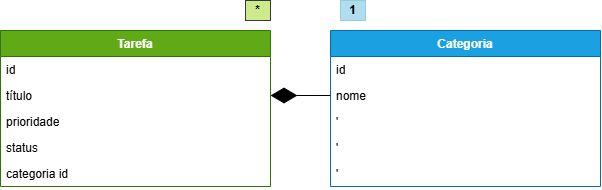
This is docs/diagrama-classes.png from analcardoso-byte/todo-api-analaura, a draw.io export, as it was before one commit. Source tidied: cells renumbered, new cells last; positions are measured from the earlier drawing's top-left corner, leaving out a move shared by most shapes.
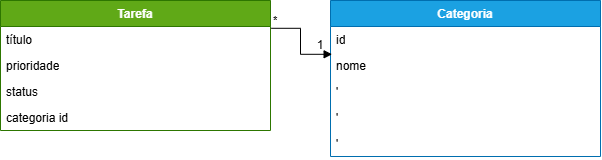
Later version of the same file.

Commit message:
docs: atualiza README com diagrama e Sprint 1

Diff of the diagram source:
```diff
@@ -3,22 +3,19 @@
     <mxCell id="0" />
     <mxCell id="1" parent="0" />
     <mxCell id="2" value="Tarefa" style="swimlane;fontStyle=1;align=center;verticalAlign=top;horizontal=1;startSize=26;whiteSpace=wrap;html=1;fillColor=#60a917;fontColor=#ffffff;strokeColor=#2D7600;" parent="1" vertex="1">
-      <mxGeometry y="30" width="270" height="156" as="geometry" />
+      <mxGeometry y="30" width="270" height="130" as="geometry" />
     </mxCell>
-    <mxCell id="3" value="id" style="text;strokeColor=none;fillColor=none;align=left;verticalAlign=top;spacingLeft=4;spacingRight=4;overflow=hidden;whiteSpace=wrap;html=1;" parent="2" vertex="1">
-      <mxGeometry y="26" width="270" height="26" as="geometry" />
-    </mxCell>
     <mxCell id="4" value="título" style="text;strokeColor=none;fillColor=none;align=left;verticalAlign=top;spacingLeft=4;spacingRight=4;overflow=hidden;points=[[0,0.5],[1,0.5]];portConstraint=eastwest;whiteSpace=wrap;html=1;" parent="2" vertex="1">
-      <mxGeometry y="52" width="270" height="26" as="geometry" />
+      <mxGeometry y="26" width="270" height="26" as="geometry" />
     </mxCell>
     <mxCell id="5" value="prioridade" style="text;strokeColor=none;fillColor=none;align=left;verticalAlign=top;spacingLeft=4;spacingRight=4;overflow=hidden;whiteSpace=wrap;html=1;" parent="2" vertex="1">
-      <mxGeometry y="78" width="270" height="26" as="geometry" />
+      <mxGeometry y="52" width="270" height="26" as="geometry" />
     </mxCell>
     <mxCell id="6" value="status" style="text;strokeColor=none;fillColor=none;align=left;verticalAlign=top;spacingLeft=4;spacingRight=4;overflow=hidden;whiteSpace=wrap;html=1;" parent="2" vertex="1">
-      <mxGeometry y="104" width="270" height="26" as="geometry" />
+      <mxGeometry y="78" width="270" height="26" as="geometry" />
     </mxCell>
     <mxCell id="7" value="categoria id" style="text;strokeColor=none;fillColor=none;align=left;verticalAlign=top;spacingLeft=4;spacingRight=4;overflow=hidden;whiteSpace=wrap;html=1;" parent="2" vertex="1">
-      <mxGeometry y="130" width="270" height="26" as="geometry" />
+      <mxGeometry y="104" width="270" height="26" as="geometry" />
     </mxCell>
     <mxCell id="8" value="Categoria" style="swimlane;fontStyle=1;align=center;verticalAlign=top;horizontal=1;startSize=26;whiteSpace=wrap;html=1;fillColor=#1ba1e2;fontColor=#ffffff;strokeColor=#006EAF;" parent="1" vertex="1">
       <mxGeometry x="330" y="30" width="270" height="156" as="geometry" />
@@ -38,14 +35,14 @@
     <mxCell id="13" value="'" style="text;strokeColor=none;fillColor=none;align=left;verticalAlign=top;spacingLeft=4;spacingRight=4;overflow=hidden;whiteSpace=wrap;html=1;" parent="8" vertex="1">
       <mxGeometry y="130" width="270" height="26" as="geometry" />
     </mxCell>
-    <mxCell id="14" style="endArrow=diamondThin;endFill=1;endSize=24;html=1;rounded=0;exitX=0;exitY=0.5;exitDx=0;exitDy=0;entryX=1;entryY=0.5;entryDx=0;entryDy=0;" parent="1" edge="1" source="10" target="4">
-      <mxGeometry relative="1" as="geometry" />
-    </mxCell>
+    <mxCell id="17" style="endArrow=block;endFill=1;html=1;edgeStyle=orthogonalEdgeStyle;align=left;verticalAlign=top;rounded=0;exitX=1.003;exitY=0.069;exitDx=0;exitDy=0;exitPerimeter=0;entryX=0.006;entryY=0.069;entryDx=0;entryDy=0;entryPerimeter=0;" parent="1" edge="1" source="4" target="10">
+      <mxGeometry x="-1" relative="1" as="geometry" />
+    </mxCell>
+    <mxCell id="16" value="*" style="edgeLabel;html=1;align=left;verticalAlign=bottom;" parent="17" vertex="1">
+      <mxGeometry x="-1" relative="1" as="geometry" />
+    </mxCell>
-    <mxCell id="15" value="&lt;b&gt;1&lt;/b&gt;" style="text;html=1;whiteSpace=wrap;strokeColor=#98CCD3;fillColor=#b1ddf0;align=center;verticalAlign=middle;rounded=0;gradientColor=none;" parent="1" vertex="1">
-      <mxGeometry x="340" width="25" height="20" as="geometry" />
+    <mxCell id="15" value="1" style="text;html=1;whiteSpace=wrap;strokeColor=none;fillColor=none;align=center;verticalAlign=middle;rounded=0;" parent="1" vertex="1">
+      <mxGeometry x="290" y="60" width="60" height="30" as="geometry" />
     </mxCell>
-    <mxCell id="16" value="&lt;b&gt;*&lt;/b&gt;" style="text;html=1;whiteSpace=wrap;strokeColor=#36393d;fillColor=#cdeb8b;align=center;verticalAlign=middle;rounded=0;" parent="1" vertex="1">
-      <mxGeometry x="245" width="25" height="20" as="geometry" />
-    </mxCell>
   </root>
 </mxGraphModel>
```
